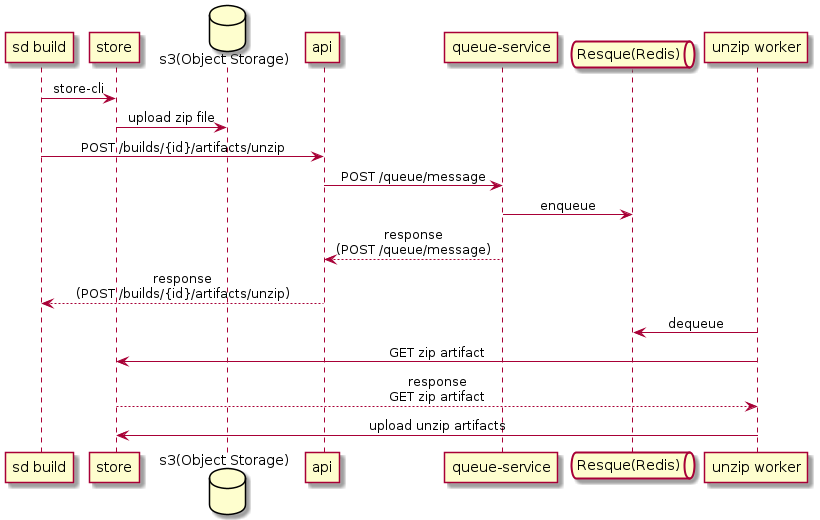
Before: design/diagrams/sd-zip-artifacts-overview.png, a diagram exported from PlantUML (screwdriver-cd/screwdriver).
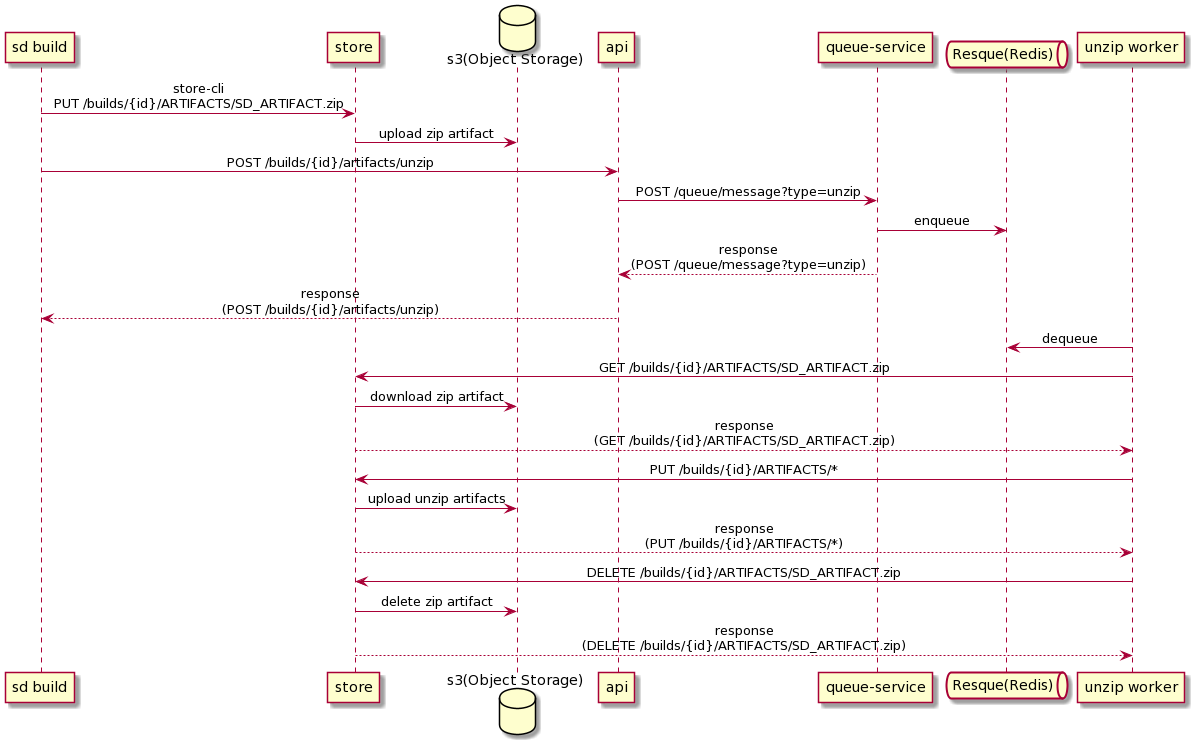
After the commit.

Commit message:
fix sd-zip-artifacts design

What changed in the source:
```diff
@@ -1,5 +1,4 @@
-@startuml sd-zip-artifacts-overview
-
+@startuml
 skinparam sequenceMessageAlign center
 
 participant "sd build" as build
@@ -11,16 +10,21 @@
 participant "unzip worker" as worker
 
 
-build -> store: store-cli
-store -> s3: upload zip file
+build -> store: store-cli\nPUT /builds/{id}/ARTIFACTS/SD_ARTIFACT.zip
+store -> s3: upload zip artifact
 build -> api: POST /builds/{id}/artifacts/unzip
-api -> qservice: POST /queue/message
+api -> qservice: POST /queue/message?type=unzip
 qservice -> resque: enqueue
-qservice --> api: response\n(POST /queue/message)
+qservice --> api: response\n(POST /queue/message?type=unzip)
 api --> build: response\n(POST /builds/{id}/artifacts/unzip)
 worker -> resque : dequeue
-worker -> store: GET zip artifact
-store --> worker: response\nGET zip artifact
-worker -> store: upload unzip artifacts
-
+worker -> store: GET /builds/{id}/ARTIFACTS/SD_ARTIFACT.zip
+store -> s3: download zip artifact
+store --> worker: response\n(GET /builds/{id}/ARTIFACTS/SD_ARTIFACT.zip)
+worker -> store: PUT /builds/{id}/ARTIFACTS/*
+store -> s3: upload unzip artifacts
+store --> worker: response\n(PUT /builds/{id}/ARTIFACTS/*)
+worker -> store: DELETE /builds/{id}/ARTIFACTS/SD_ARTIFACT.zip
+store -> s3: delete zip artifact
+store --> worker: response\n(DELETE /builds/{id}/ARTIFACTS/SD_ARTIFACT.zip)
 @enduml
```
